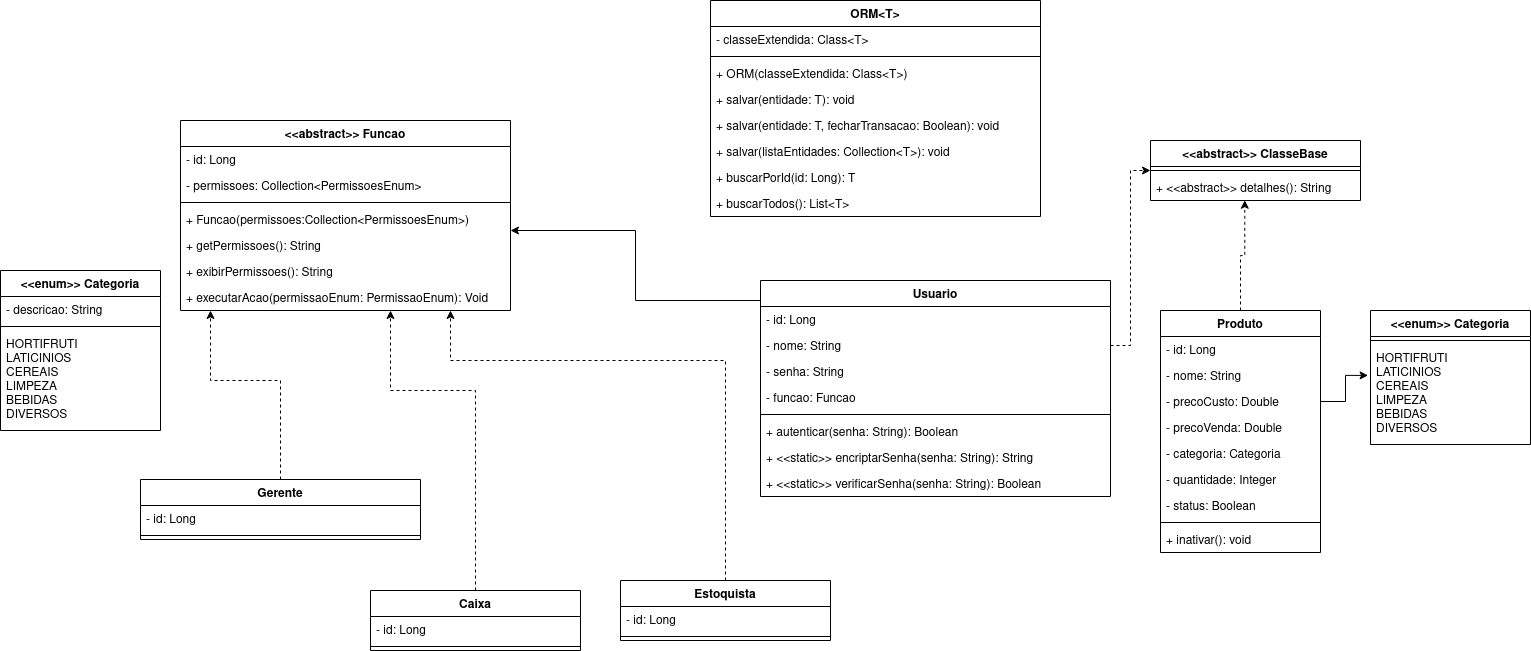
periclesgdc/lp2-projeto-final keeps this draw.io diagram as diagrama.png. Above is the earlier version. Source tidied: cells renumbered, new cells last; positions are measured from the earlier drawing's top-left corner, leaving out a move shared by most shapes. The source it was exported from:
```xml
<mxGraphModel>
  <root>
    <mxCell id="0" />
    <mxCell id="1" parent="0" />
    <mxCell id="2" style="edgeStyle=orthogonalEdgeStyle;rounded=0;jettySize=auto;html=1;exitX=0.5;exitY=0;exitDx=0;exitDy=0;entryX=0.449;entryY=0.99;entryDx=0;entryDy=0;entryPerimeter=0;dashed=1;" parent="1" edge="1" source="3" target="49">
      <mxGeometry relative="1" as="geometry" />
    </mxCell>
    <mxCell id="3" value="Produto" style="swimlane;fontStyle=1;align=center;verticalAlign=top;horizontal=1;startSize=26;" parent="1" vertex="1">
      <mxGeometry x="1160" y="310" width="160" height="242" as="geometry" />
    </mxCell>
    <mxCell id="4" value="- id: Long" style="text;strokeColor=none;fillColor=none;align=left;verticalAlign=top;spacingLeft=4;spacingRight=4;overflow=hidden;" parent="3" vertex="1">
      <mxGeometry y="26" width="160" height="26" as="geometry" />
    </mxCell>
    <mxCell id="5" value="- nome: String" style="text;strokeColor=none;fillColor=none;align=left;verticalAlign=top;spacingLeft=4;spacingRight=4;overflow=hidden;" parent="3" vertex="1">
      <mxGeometry y="52" width="160" height="26" as="geometry" />
    </mxCell>
    <mxCell id="6" value="- precoCusto: Double" style="text;strokeColor=none;fillColor=none;align=left;verticalAlign=top;spacingLeft=4;spacingRight=4;overflow=hidden;points=[[0,0.5],[1,0.5]];portConstraint=eastwest;" parent="3" vertex="1">
      <mxGeometry y="78" width="160" height="26" as="geometry" />
    </mxCell>
    <mxCell id="7" value="- precoVenda: Double" style="text;strokeColor=none;fillColor=none;align=left;verticalAlign=top;spacingLeft=4;spacingRight=4;overflow=hidden;" parent="3" vertex="1">
      <mxGeometry y="104" width="160" height="26" as="geometry" />
    </mxCell>
    <mxCell id="8" value="- categoria: Categoria" style="text;strokeColor=none;fillColor=none;align=left;verticalAlign=top;spacingLeft=4;spacingRight=4;overflow=hidden;" parent="3" vertex="1">
      <mxGeometry y="130" width="160" height="26" as="geometry" />
    </mxCell>
    <mxCell id="9" value="- quantidade: Integer" style="text;strokeColor=none;fillColor=none;align=left;verticalAlign=top;spacingLeft=4;spacingRight=4;overflow=hidden;" parent="3" vertex="1">
      <mxGeometry y="156" width="160" height="26" as="geometry" />
    </mxCell>
    <mxCell id="10" value="- status: Boolean" style="text;strokeColor=none;fillColor=none;align=left;verticalAlign=top;spacingLeft=4;spacingRight=4;overflow=hidden;" parent="3" vertex="1">
      <mxGeometry y="182" width="160" height="26" as="geometry" />
    </mxCell>
    <mxCell id="11" style="line;strokeWidth=1;fillColor=none;align=left;verticalAlign=middle;spacingTop=-1;spacingLeft=3;spacingRight=3;labelPosition=right;" parent="3" vertex="1">
      <mxGeometry y="208" width="160" height="8" as="geometry" />
    </mxCell>
    <mxCell id="12" value="+ inativar(): void" style="text;strokeColor=none;fillColor=none;align=left;verticalAlign=top;spacingLeft=4;spacingRight=4;overflow=hidden;" parent="3" vertex="1">
      <mxGeometry y="216" width="160" height="26" as="geometry" />
    </mxCell>
    <mxCell id="13" value="&lt;&lt;enum&gt;&gt; Categoria" style="swimlane;fontStyle=1;align=center;verticalAlign=top;horizontal=1;startSize=26;" parent="1" vertex="1">
      <mxGeometry x="1370" y="310" width="160" height="134" as="geometry" />
    </mxCell>
    <mxCell id="14" style="line;strokeWidth=1;fillColor=none;align=left;verticalAlign=middle;spacingTop=-1;spacingLeft=3;spacingRight=3;labelPosition=right;" parent="13" vertex="1">
      <mxGeometry y="26" width="160" height="8" as="geometry" />
    </mxCell>
    <mxCell id="15" value="HORTIFRUTI&#10;LATICINIOS&#10;CEREAIS&#10;LIMPEZA&#10;BEBIDAS&#10;DIVERSOS" style="text;strokeColor=none;fillColor=none;align=left;verticalAlign=top;spacingLeft=4;spacingRight=4;overflow=hidden;points=[[0,0.5],[1,0.5]];portConstraint=eastwest;" parent="13" vertex="1">
      <mxGeometry y="34" width="160" height="100" as="geometry" />
    </mxCell>
    <mxCell id="16" style="edgeStyle=orthogonalEdgeStyle;rounded=0;jettySize=auto;html=1;exitX=1;exitY=0.5;exitDx=0;exitDy=0;entryX=-0.015;entryY=0.309;entryDx=0;entryDy=0;entryPerimeter=0;" parent="1" edge="1" source="6" target="15">
      <mxGeometry relative="1" as="geometry" />
    </mxCell>
    <mxCell id="17" value="Usuario" style="swimlane;fontStyle=1;align=center;verticalAlign=top;horizontal=1;startSize=26;" parent="1" vertex="1">
      <mxGeometry x="760" y="280" width="350" height="216" as="geometry" />
    </mxCell>
    <mxCell id="18" value="- id: Long" style="text;strokeColor=none;fillColor=none;align=left;verticalAlign=top;spacingLeft=4;spacingRight=4;overflow=hidden;" parent="17" vertex="1">
      <mxGeometry y="26" width="350" height="26" as="geometry" />
    </mxCell>
    <mxCell id="19" value="- nome: String" style="text;strokeColor=none;fillColor=none;align=left;verticalAlign=top;spacingLeft=4;spacingRight=4;overflow=hidden;points=[[0,0.5],[1,0.5]];portConstraint=eastwest;" parent="17" vertex="1">
      <mxGeometry y="52" width="350" height="26" as="geometry" />
    </mxCell>
    <mxCell id="20" value="- senha: String" style="text;strokeColor=none;fillColor=none;align=left;verticalAlign=top;spacingLeft=4;spacingRight=4;overflow=hidden;" parent="17" vertex="1">
      <mxGeometry y="78" width="350" height="26" as="geometry" />
    </mxCell>
    <mxCell id="21" value="- funcao: Funcao" style="text;strokeColor=none;fillColor=none;align=left;verticalAlign=top;spacingLeft=4;spacingRight=4;overflow=hidden;" parent="17" vertex="1">
      <mxGeometry y="104" width="350" height="26" as="geometry" />
    </mxCell>
    <mxCell id="22" style="line;strokeWidth=1;fillColor=none;align=left;verticalAlign=middle;spacingTop=-1;spacingLeft=3;spacingRight=3;labelPosition=right;" parent="17" vertex="1">
      <mxGeometry y="130" width="350" height="8" as="geometry" />
    </mxCell>
    <mxCell id="23" value="+ autenticar(senha: String): Boolean" style="text;strokeColor=none;fillColor=none;align=left;verticalAlign=top;spacingLeft=4;spacingRight=4;overflow=hidden;" parent="17" vertex="1">
      <mxGeometry y="138" width="350" height="26" as="geometry" />
    </mxCell>
    <mxCell id="24" value="+ &lt;&lt;static&gt;&gt; encriptarSenha(senha: String): String" style="text;strokeColor=none;fillColor=none;align=left;verticalAlign=top;spacingLeft=4;spacingRight=4;overflow=hidden;" parent="17" vertex="1">
      <mxGeometry y="164" width="350" height="26" as="geometry" />
    </mxCell>
    <mxCell id="25" value="+ &lt;&lt;static&gt;&gt; verificarSenha(senha: String): Boolean" style="text;strokeColor=none;fillColor=none;align=left;verticalAlign=top;spacingLeft=4;spacingRight=4;overflow=hidden;" parent="17" vertex="1">
      <mxGeometry y="190" width="350" height="26" as="geometry" />
    </mxCell>
    <mxCell id="26" value="ORM&lt;T&gt;" style="swimlane;fontStyle=1;align=center;verticalAlign=top;horizontal=1;startSize=26;" parent="1" vertex="1">
      <mxGeometry x="710" width="330" height="216" as="geometry" />
    </mxCell>
    <mxCell id="27" value="- classeExtendida: Class&lt;T&gt;" style="text;strokeColor=none;fillColor=none;align=left;verticalAlign=top;spacingLeft=4;spacingRight=4;overflow=hidden;" parent="26" vertex="1">
      <mxGeometry y="26" width="330" height="26" as="geometry" />
    </mxCell>
    <mxCell id="28" style="line;strokeWidth=1;fillColor=none;align=left;verticalAlign=middle;spacingTop=-1;spacingLeft=3;spacingRight=3;labelPosition=right;" parent="26" vertex="1">
      <mxGeometry y="52" width="330" height="8" as="geometry" />
    </mxCell>
    <mxCell id="29" value="+ ORM(classeExtendida: Class&lt;T&gt;)" style="text;strokeColor=none;fillColor=none;align=left;verticalAlign=top;spacingLeft=4;spacingRight=4;overflow=hidden;" parent="26" vertex="1">
      <mxGeometry y="60" width="330" height="26" as="geometry" />
    </mxCell>
    <mxCell id="30" value="+ salvar(entidade: T): void" style="text;strokeColor=none;fillColor=none;align=left;verticalAlign=top;spacingLeft=4;spacingRight=4;overflow=hidden;" parent="26" vertex="1">
      <mxGeometry y="86" width="330" height="26" as="geometry" />
    </mxCell>
    <mxCell id="31" value="+ salvar(entidade: T, fecharTransacao: Boolean): void" style="text;strokeColor=none;fillColor=none;align=left;verticalAlign=top;spacingLeft=4;spacingRight=4;overflow=hidden;" parent="26" vertex="1">
      <mxGeometry y="112" width="330" height="26" as="geometry" />
    </mxCell>
    <mxCell id="32" value="+ salvar(listaEntidades: Collection&lt;T&gt;): void" style="text;strokeColor=none;fillColor=none;align=left;verticalAlign=top;spacingLeft=4;spacingRight=4;overflow=hidden;" parent="26" vertex="1">
      <mxGeometry y="138" width="330" height="26" as="geometry" />
    </mxCell>
    <mxCell id="33" value="+ buscarPorId(id: Long): T" style="text;strokeColor=none;fillColor=none;align=left;verticalAlign=top;spacingLeft=4;spacingRight=4;overflow=hidden;" parent="26" vertex="1">
      <mxGeometry y="164" width="330" height="26" as="geometry" />
    </mxCell>
    <mxCell id="34" value="+ buscarTodos(): List&lt;T&gt;" style="text;strokeColor=none;fillColor=none;align=left;verticalAlign=top;spacingLeft=4;spacingRight=4;overflow=hidden;" parent="26" vertex="1">
      <mxGeometry y="190" width="330" height="26" as="geometry" />
    </mxCell>
    <mxCell id="35" style="edgeStyle=orthogonalEdgeStyle;rounded=0;jettySize=auto;html=1;exitX=0.5;exitY=0;exitDx=0;exitDy=0;dashed=1;" parent="1" edge="1" source="36" target="50">
      <mxGeometry relative="1" as="geometry">
        <Array as="points">
          <mxPoint x="280" y="380" />
          <mxPoint x="210" y="380" />
        </Array>
      </mxGeometry>
    </mxCell>
    <mxCell id="36" value="Gerente" style="swimlane;fontStyle=1;align=center;verticalAlign=top;horizontal=1;startSize=26;" parent="1" vertex="1">
      <mxGeometry x="140" y="479" width="280" height="60" as="geometry" />
    </mxCell>
    <mxCell id="37" value="- id: Long" style="text;strokeColor=none;fillColor=none;align=left;verticalAlign=top;spacingLeft=4;spacingRight=4;overflow=hidden;" parent="36" vertex="1">
      <mxGeometry y="26" width="280" height="26" as="geometry" />
    </mxCell>
    <mxCell id="38" style="line;strokeWidth=1;fillColor=none;align=left;verticalAlign=middle;spacingTop=-1;spacingLeft=3;spacingRight=3;labelPosition=right;" parent="36" vertex="1">
      <mxGeometry y="52" width="280" height="8" as="geometry" />
    </mxCell>
    <mxCell id="39" style="edgeStyle=orthogonalEdgeStyle;rounded=0;jettySize=auto;html=1;exitX=0.5;exitY=0;exitDx=0;exitDy=0;dashed=1;" parent="1" edge="1" source="40" target="50">
      <mxGeometry relative="1" as="geometry">
        <Array as="points">
          <mxPoint x="475" y="390" />
          <mxPoint x="390" y="390" />
        </Array>
      </mxGeometry>
    </mxCell>
    <mxCell id="40" value="Caixa" style="swimlane;fontStyle=1;align=center;verticalAlign=top;horizontal=1;startSize=26;" parent="1" vertex="1">
      <mxGeometry x="370" y="590" width="210" height="60" as="geometry" />
    </mxCell>
    <mxCell id="41" value="- id: Long" style="text;strokeColor=none;fillColor=none;align=left;verticalAlign=top;spacingLeft=4;spacingRight=4;overflow=hidden;" parent="40" vertex="1">
      <mxGeometry y="26" width="210" height="26" as="geometry" />
    </mxCell>
    <mxCell id="42" style="line;strokeWidth=1;fillColor=none;align=left;verticalAlign=middle;spacingTop=-1;spacingLeft=3;spacingRight=3;labelPosition=right;" parent="40" vertex="1">
      <mxGeometry y="52" width="210" height="8" as="geometry" />
    </mxCell>
    <mxCell id="43" style="edgeStyle=orthogonalEdgeStyle;rounded=0;jettySize=auto;html=1;exitX=0.5;exitY=0;exitDx=0;exitDy=0;dashed=1;" parent="1" edge="1" source="44" target="50">
      <mxGeometry relative="1" as="geometry">
        <Array as="points">
          <mxPoint x="725" y="360" />
          <mxPoint x="450" y="360" />
        </Array>
      </mxGeometry>
    </mxCell>
    <mxCell id="44" value="Estoquista" style="swimlane;fontStyle=1;align=center;verticalAlign=top;horizontal=1;startSize=26;" parent="1" vertex="1">
      <mxGeometry x="620" y="580" width="210" height="60" as="geometry" />
    </mxCell>
    <mxCell id="45" value="- id: Long" style="text;strokeColor=none;fillColor=none;align=left;verticalAlign=top;spacingLeft=4;spacingRight=4;overflow=hidden;" parent="44" vertex="1">
      <mxGeometry y="26" width="210" height="26" as="geometry" />
    </mxCell>
    <mxCell id="46" style="line;strokeWidth=1;fillColor=none;align=left;verticalAlign=middle;spacingTop=-1;spacingLeft=3;spacingRight=3;labelPosition=right;" parent="44" vertex="1">
      <mxGeometry y="52" width="210" height="8" as="geometry" />
    </mxCell>
    <mxCell id="47" value="&lt;&lt;abstract&gt;&gt; ClasseBase" style="swimlane;fontStyle=1;align=center;verticalAlign=top;horizontal=1;startSize=26;" parent="1" vertex="1">
      <mxGeometry x="1150" y="140" width="210" height="60" as="geometry" />
    </mxCell>
    <mxCell id="48" style="line;strokeWidth=1;fillColor=none;align=left;verticalAlign=middle;spacingTop=-1;spacingLeft=3;spacingRight=3;labelPosition=right;" parent="47" vertex="1">
      <mxGeometry y="26" width="210" height="8" as="geometry" />
    </mxCell>
    <mxCell id="49" value="+ &lt;&lt;abstract&gt;&gt; detalhes(): String" style="text;strokeColor=none;fillColor=none;align=left;verticalAlign=top;spacingLeft=4;spacingRight=4;overflow=hidden;points=[[0,0.5],[1,0.5]];portConstraint=eastwest;" parent="47" vertex="1">
      <mxGeometry y="34" width="210" height="26" as="geometry" />
    </mxCell>
    <mxCell id="50" value="&lt;&lt;abstract&gt;&gt; Funcao" style="swimlane;fontStyle=1;align=center;verticalAlign=top;horizontal=1;startSize=26;" parent="1" vertex="1">
      <mxGeometry x="180" y="120" width="330" height="190" as="geometry" />
    </mxCell>
    <mxCell id="51" value="- id: Long" style="text;strokeColor=none;fillColor=none;align=left;verticalAlign=top;spacingLeft=4;spacingRight=4;overflow=hidden;" parent="50" vertex="1">
      <mxGeometry y="26" width="330" height="26" as="geometry" />
    </mxCell>
    <mxCell id="52" value="- permissoes: Collection&lt;PermissoesEnum&gt;" style="text;strokeColor=none;fillColor=none;align=left;verticalAlign=top;spacingLeft=4;spacingRight=4;overflow=hidden;points=[[0,0.5],[1,0.5]];portConstraint=eastwest;" parent="50" vertex="1">
      <mxGeometry y="52" width="330" height="26" as="geometry" />
    </mxCell>
    <mxCell id="53" style="line;strokeWidth=1;fillColor=none;align=left;verticalAlign=middle;spacingTop=-1;spacingLeft=3;spacingRight=3;labelPosition=right;" parent="50" vertex="1">
      <mxGeometry y="78" width="330" height="8" as="geometry" />
    </mxCell>
    <mxCell id="54" value="+ Funcao(permissoes:Collection&lt;PermissoesEnum&gt;)" style="text;strokeColor=none;fillColor=none;align=left;verticalAlign=top;spacingLeft=4;spacingRight=4;overflow=hidden;" parent="50" vertex="1">
      <mxGeometry y="86" width="330" height="26" as="geometry" />
    </mxCell>
    <mxCell id="55" value="+ getPermissoes(): String" style="text;strokeColor=none;fillColor=none;align=left;verticalAlign=top;spacingLeft=4;spacingRight=4;overflow=hidden;" parent="50" vertex="1">
      <mxGeometry y="112" width="330" height="26" as="geometry" />
    </mxCell>
    <mxCell id="56" value="+ exibirPermissoes(): String" style="text;strokeColor=none;fillColor=none;align=left;verticalAlign=top;spacingLeft=4;spacingRight=4;overflow=hidden;" parent="50" vertex="1">
      <mxGeometry y="138" width="330" height="26" as="geometry" />
    </mxCell>
    <mxCell id="57" value="+ executarAcao(permissaoEnum: PermissaoEnum): Void" style="text;strokeColor=none;fillColor=none;align=left;verticalAlign=top;spacingLeft=4;spacingRight=4;overflow=hidden;" parent="50" vertex="1">
      <mxGeometry y="164" width="330" height="26" as="geometry" />
    </mxCell>
    <mxCell id="58" style="edgeStyle=orthogonalEdgeStyle;rounded=0;jettySize=auto;html=1;exitX=0;exitY=0.5;exitDx=0;exitDy=0;" parent="1" edge="1" source="19" target="50">
      <mxGeometry relative="1" as="geometry">
        <Array as="points">
          <mxPoint x="760" y="300" />
          <mxPoint x="635" y="300" />
          <mxPoint x="635" y="230" />
        </Array>
      </mxGeometry>
    </mxCell>
    <mxCell id="59" style="edgeStyle=orthogonalEdgeStyle;rounded=0;jettySize=auto;html=1;exitX=1;exitY=0.5;exitDx=0;exitDy=0;dashed=1;" parent="1" edge="1" source="19" target="47">
      <mxGeometry relative="1" as="geometry">
        <Array as="points">
          <mxPoint x="1130" y="345" />
          <mxPoint x="1130" y="170" />
        </Array>
      </mxGeometry>
    </mxCell>
    <mxCell id="60" value="&lt;&lt;enum&gt;&gt; Categoria" style="swimlane;fontStyle=1;align=center;verticalAlign=top;horizontal=1;startSize=26;" parent="1" vertex="1">
      <mxGeometry y="270" width="160" height="160" as="geometry" />
    </mxCell>
    <mxCell id="61" value="- descricao: String" style="text;strokeColor=none;fillColor=none;align=left;verticalAlign=top;spacingLeft=4;spacingRight=4;overflow=hidden;" parent="60" vertex="1">
      <mxGeometry y="26" width="160" height="26" as="geometry" />
    </mxCell>
    <mxCell id="62" style="line;strokeWidth=1;fillColor=none;align=left;verticalAlign=middle;spacingTop=-1;spacingLeft=3;spacingRight=3;labelPosition=right;" parent="60" vertex="1">
      <mxGeometry y="52" width="160" height="8" as="geometry" />
    </mxCell>
    <mxCell id="63" value="HORTIFRUTI&#10;LATICINIOS&#10;CEREAIS&#10;LIMPEZA&#10;BEBIDAS&#10;DIVERSOS" style="text;strokeColor=none;fillColor=none;align=left;verticalAlign=top;spacingLeft=4;spacingRight=4;overflow=hidden;" parent="60" vertex="1">
      <mxGeometry y="60" width="160" height="100" as="geometry" />
    </mxCell>
  </root>
</mxGraphModel>
```
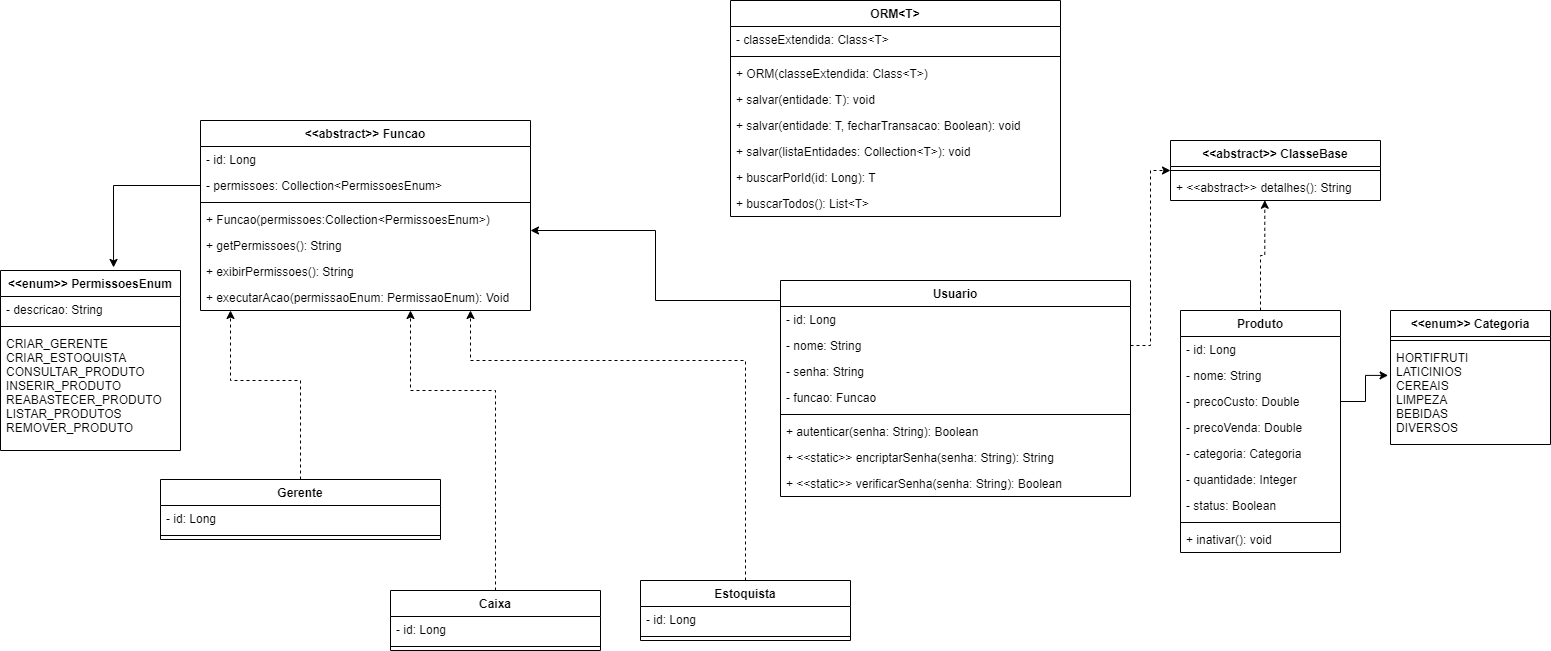
Later version of the same file.

Commit message:
Alterando diagrama

Change to the diagram source:
```diff
@@ -202,17 +202,20 @@
         </Array>
       </mxGeometry>
     </mxCell>
-    <mxCell id="60" value="&lt;&lt;enum&gt;&gt; Categoria" style="swimlane;fontStyle=1;align=center;verticalAlign=top;horizontal=1;startSize=26;" parent="1" vertex="1">
-      <mxGeometry y="270" width="160" height="160" as="geometry" />
+    <mxCell id="60" value="&lt;&lt;enum&gt;&gt; PermissoesEnum" style="swimlane;fontStyle=1;align=center;verticalAlign=top;horizontal=1;startSize=26;" parent="1" vertex="1">
+      <mxGeometry x="-20" y="270" width="180" height="180" as="geometry" />
     </mxCell>
     <mxCell id="61" value="- descricao: String" style="text;strokeColor=none;fillColor=none;align=left;verticalAlign=top;spacingLeft=4;spacingRight=4;overflow=hidden;" parent="60" vertex="1">
-      <mxGeometry y="26" width="160" height="26" as="geometry" />
+      <mxGeometry y="26" width="180" height="26" as="geometry" />
     </mxCell>
     <mxCell id="62" style="line;strokeWidth=1;fillColor=none;align=left;verticalAlign=middle;spacingTop=-1;spacingLeft=3;spacingRight=3;labelPosition=right;" parent="60" vertex="1">
-      <mxGeometry y="52" width="160" height="8" as="geometry" />
+      <mxGeometry y="52" width="180" height="8" as="geometry" />
     </mxCell>
-    <mxCell id="63" value="HORTIFRUTI&#10;LATICINIOS&#10;CEREAIS&#10;LIMPEZA&#10;BEBIDAS&#10;DIVERSOS" style="text;strokeColor=none;fillColor=none;align=left;verticalAlign=top;spacingLeft=4;spacingRight=4;overflow=hidden;" parent="60" vertex="1">
-      <mxGeometry y="60" width="160" height="100" as="geometry" />
+    <mxCell id="63" value="CRIAR_GERENTE&#10;CRIAR_ESTOQUISTA&#10;CONSULTAR_PRODUTO&#10;INSERIR_PRODUTO&#10;REABASTECER_PRODUTO&#10;LISTAR_PRODUTOS&#10;REMOVER_PRODUTO" style="text;strokeColor=none;fillColor=none;align=left;verticalAlign=top;spacingLeft=4;spacingRight=4;overflow=hidden;" parent="60" vertex="1">
+      <mxGeometry y="60" width="180" height="120" as="geometry" />
     </mxCell>
+    <mxCell id="64" style="edgeStyle=orthogonalEdgeStyle;rounded=0;jettySize=auto;html=1;exitX=0;exitY=0.5;exitDx=0;exitDy=0;entryX=0.628;entryY=-0.017;entryDx=0;entryDy=0;entryPerimeter=0;" parent="1" edge="1" source="52" target="60">
+      <mxGeometry relative="1" as="geometry" />
+    </mxCell>
   </root>
 </mxGraphModel>
```
